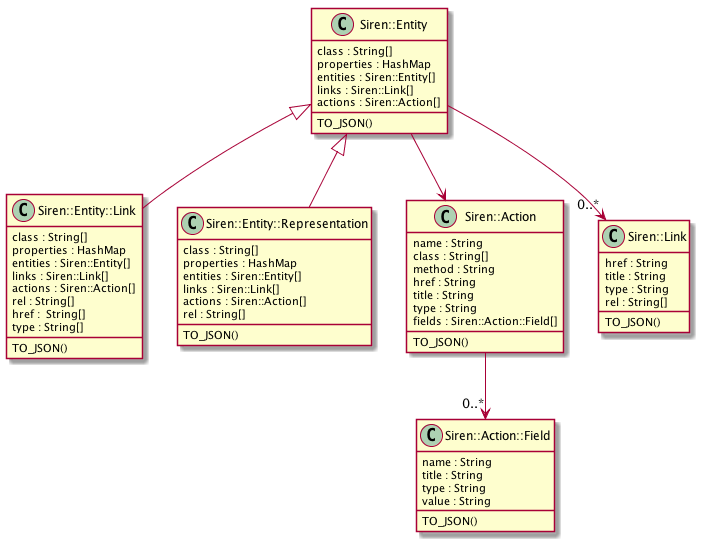
The PlantUML diagram doc/siren.png in mikeraynham/siren-perl, before a commit. The source it was exported from:
```plantuml
@startuml

class Siren::Entity {
    class : String[]
    properties : HashMap
    entities : Siren::Entity[]
    links : Siren::Link[]
    actions : Siren::Action[]
    TO_JSON()
}

class Siren::Entity::Link {
    class : String[]
    properties : HashMap
    entities : Siren::Entity[]
    links : Siren::Link[]
    actions : Siren::Action[]
    rel : String[]
    href :  String[]
    type : String[]
    TO_JSON()
}

class Siren::Entity::Representation {
    class : String[]
    properties : HashMap
    entities : Siren::Entity[]
    links : Siren::Link[]
    actions : Siren::Action[]
    rel : String[]
    TO_JSON()
}

class Siren::Action {
    name : String
    class : String[]
    method : String
    href : String
    title : String
    type : String
    fields : Siren::Action::Field[]
    TO_JSON()
}

class Siren::Action::Field {
    name : String
    title : String
    type : String
    value : String
    TO_JSON()
}

class Siren::Link {
    href : String
    title : String
    type : String
    rel : String[]
    TO_JSON()
}

Siren::Entity <|-- Siren::Entity::Link
Siren::Entity <|-- Siren::Entity::Representation

Siren::Entity  --> Siren::Action
Siren::Action  --> "0..*" Siren::Action::Field
Siren::Entity  --> "0..*" Siren::Link

@enduml
```
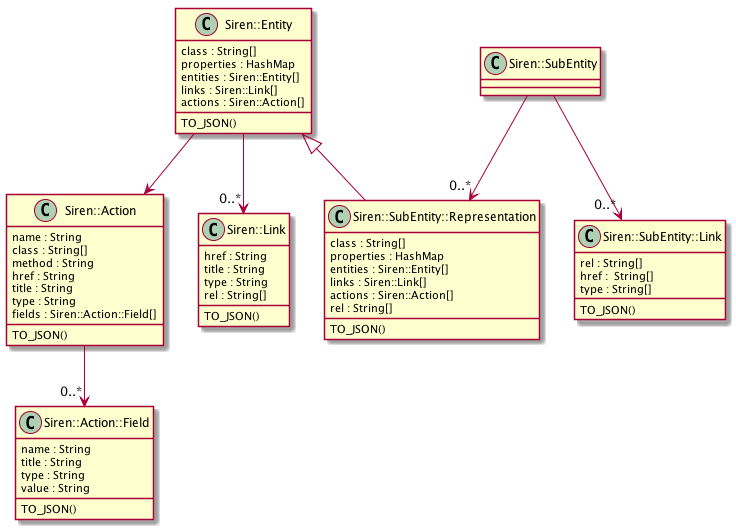
Above is the later version.

Commit message:
Added class to Siren::Entity::Link

What changed in the source:
```diff
@@ -9,19 +9,18 @@
     TO_JSON()
 }
 
-class Siren::Entity::Link {
-    class : String[]
-    properties : HashMap
-    entities : Siren::Entity[]
-    links : Siren::Link[]
-    actions : Siren::Action[]
+class Siren::SubEntity {
+
+}
+
+class Siren::SubEntity::Link {
     rel : String[]
     href :  String[]
     type : String[]
     TO_JSON()
 }
 
-class Siren::Entity::Representation {
+class Siren::SubEntity::Representation {
     class : String[]
     properties : HashMap
     entities : Siren::Entity[]
@@ -58,8 +57,10 @@
     TO_JSON()
 }
 
-Siren::Entity <|-- Siren::Entity::Link
-Siren::Entity <|-- Siren::Entity::Representation
+Siren::Entity <|-- Siren::SubEntity::Representation
+
+Siren::SubEntity --> "0..*" Siren::SubEntity::Link
+Siren::SubEntity --> "0..*" Siren::SubEntity::Representation
 
 Siren::Entity  --> Siren::Action
 Siren::Action  --> "0..*" Siren::Action::Field
```
